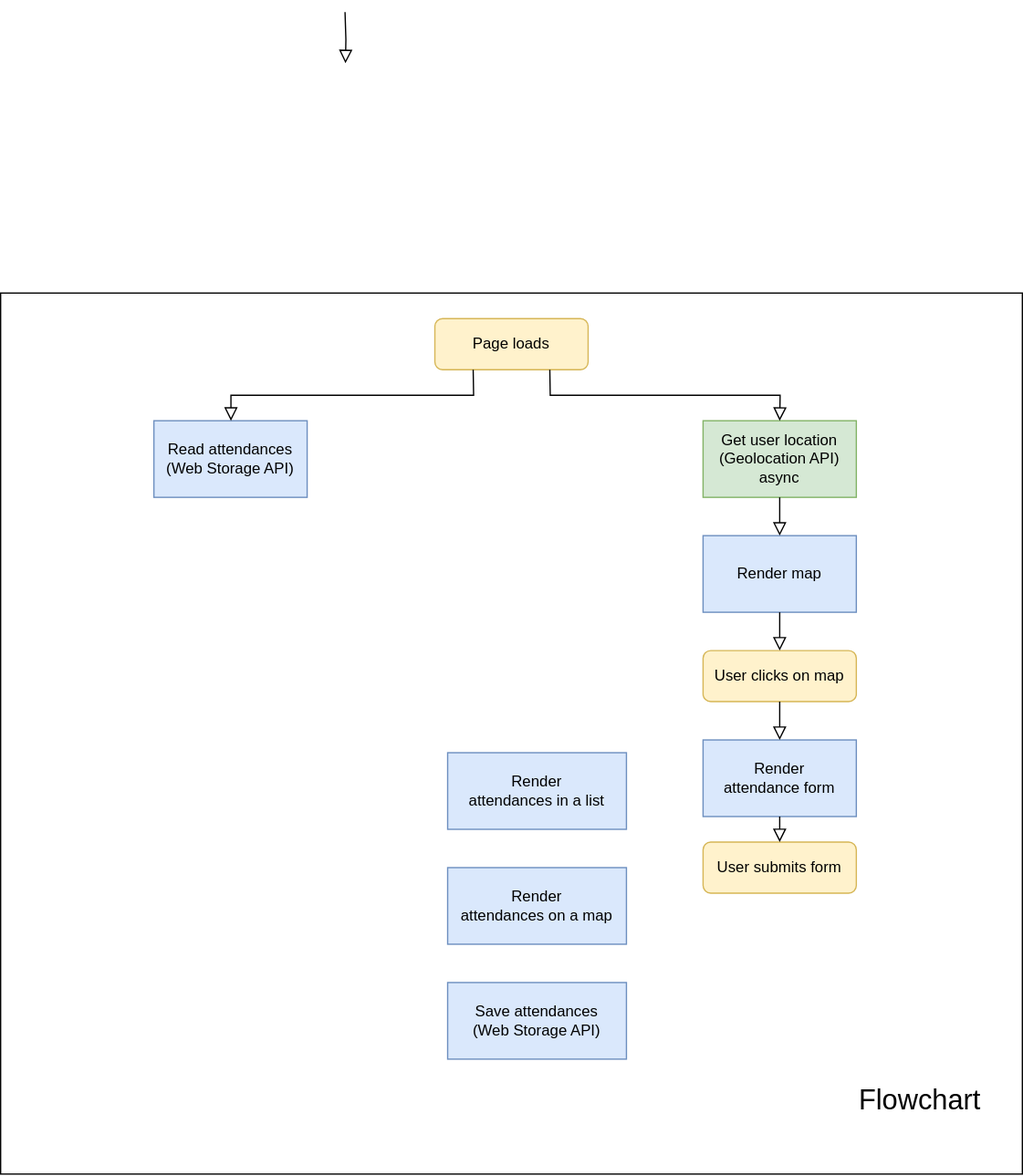
The draw.io diagram flowchart.drawio.svg in josenavarrohub/vanilla-js-eventify, before a commit. Source tidied: cells renumbered, new cells last; positions are measured from the earlier drawing's top-left corner, leaving out a move shared by most shapes.
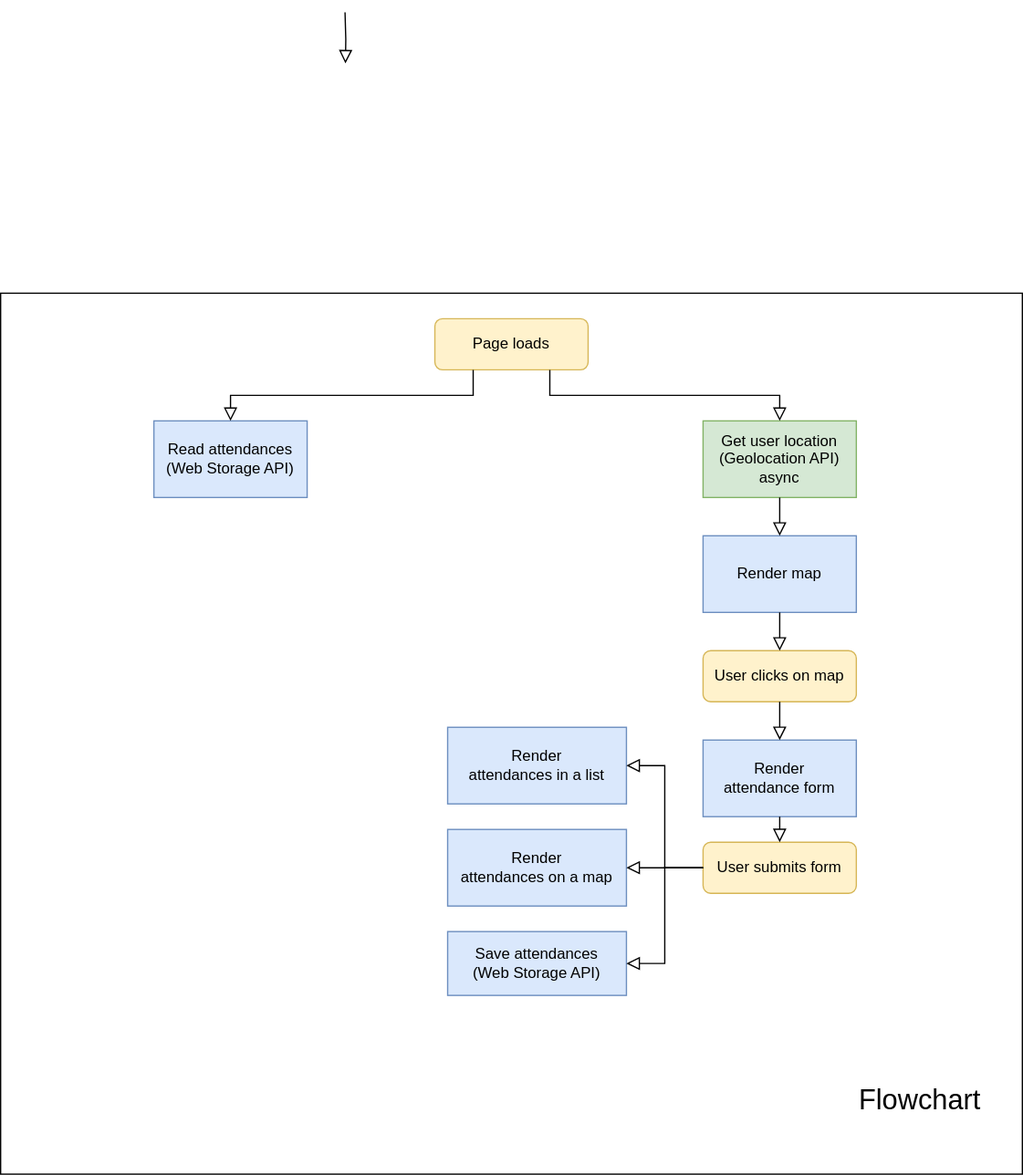
Above is the later version.

What changed in the source:
```diff
@@ -33,10 +33,10 @@
       <mxGeometry x="550" y="650" width="120" height="40" as="geometry" />
     </mxCell>
     <mxCell id="11" value="Render&lt;br&gt;attendances in a list" style="rounded=0;whiteSpace=wrap;html=1;fillColor=#dae8fc;strokeColor=#6c8ebf;" parent="1" vertex="1">
-      <mxGeometry x="350" y="580" width="140" height="60" as="geometry" />
+      <mxGeometry x="350" y="560" width="140" height="60" as="geometry" />
     </mxCell>
     <mxCell id="12" value="Render&lt;br&gt;attendances on a map" style="rounded=0;whiteSpace=wrap;html=1;fillColor=#dae8fc;strokeColor=#6c8ebf;" parent="1" vertex="1">
-      <mxGeometry x="350" y="670" width="140" height="60" as="geometry" />
+      <mxGeometry x="350" y="640" width="140" height="60" as="geometry" />
     </mxCell>
     <mxCell id="13" value="Read attendances&lt;br&gt;(Web Storage API)" style="rounded=0;whiteSpace=wrap;html=1;fillColor=#dae8fc;strokeColor=#6c8ebf;" parent="1" vertex="1">
       <mxGeometry x="120" y="320" width="120" height="60" as="geometry" />
@@ -48,7 +48,7 @@
       <mxGeometry relative="1" as="geometry" />
     </mxCell>
     <mxCell id="16" value="Save attendances&lt;br&gt;(Web Storage API)" style="rounded=0;whiteSpace=wrap;html=1;fillColor=#dae8fc;strokeColor=#6c8ebf;" parent="1" vertex="1">
-      <mxGeometry x="350" y="760" width="140" height="60" as="geometry" />
+      <mxGeometry x="350" y="720" width="140" height="50" as="geometry" />
     </mxCell>
     <mxCell id="17" style="rounded=0;html=1;jettySize=auto;fontSize=11;endArrow=block;endFill=0;endSize=8;strokeWidth=1;shadow=0;labelBackgroundColor=none;edgeStyle=orthogonalEdgeStyle;entryX=0.5;entryY=0;entryDx=0;entryDy=0;exitX=0.5;exitY=1;exitDx=0;exitDy=0;" parent="1" edge="1" source="6" target="7">
       <mxGeometry relative="1" as="geometry" />
@@ -64,5 +64,14 @@
     <mxCell id="20" style="rounded=0;html=1;jettySize=auto;fontSize=11;endArrow=block;endFill=0;endSize=8;strokeWidth=1;shadow=0;labelBackgroundColor=none;edgeStyle=orthogonalEdgeStyle;entryX=0.5;entryY=0;entryDx=0;entryDy=0;exitX=0.5;exitY=1;exitDx=0;exitDy=0;" parent="1" edge="1" source="9" target="10">
       <mxGeometry relative="1" as="geometry" />
     </mxCell>
+    <mxCell id="21" style="rounded=0;html=1;jettySize=auto;fontSize=11;endArrow=block;endFill=0;endSize=8;strokeWidth=1;shadow=0;labelBackgroundColor=none;edgeStyle=orthogonalEdgeStyle;entryX=1;entryY=0.5;entryDx=0;entryDy=0;exitX=0;exitY=0.5;exitDx=0;exitDy=0;" parent="1" edge="1" source="10" target="11">
+      <mxGeometry relative="1" as="geometry" />
+    </mxCell>
+    <mxCell id="22" style="rounded=0;html=1;jettySize=auto;fontSize=11;endArrow=block;endFill=0;endSize=8;strokeWidth=1;shadow=0;labelBackgroundColor=none;edgeStyle=orthogonalEdgeStyle;entryX=1;entryY=0.5;entryDx=0;entryDy=0;exitX=0;exitY=0.5;exitDx=0;exitDy=0;" parent="1" edge="1" source="10" target="12">
+      <mxGeometry relative="1" as="geometry" />
+    </mxCell>
+    <mxCell id="23" style="rounded=0;html=1;jettySize=auto;fontSize=11;endArrow=block;endFill=0;endSize=8;strokeWidth=1;shadow=0;labelBackgroundColor=none;edgeStyle=orthogonalEdgeStyle;entryX=1;entryY=0.5;entryDx=0;entryDy=0;exitX=0;exitY=0.5;exitDx=0;exitDy=0;" parent="1" edge="1" source="10" target="16">
+      <mxGeometry relative="1" as="geometry" />
+    </mxCell>
   </root>
 </mxGraphModel>
```
